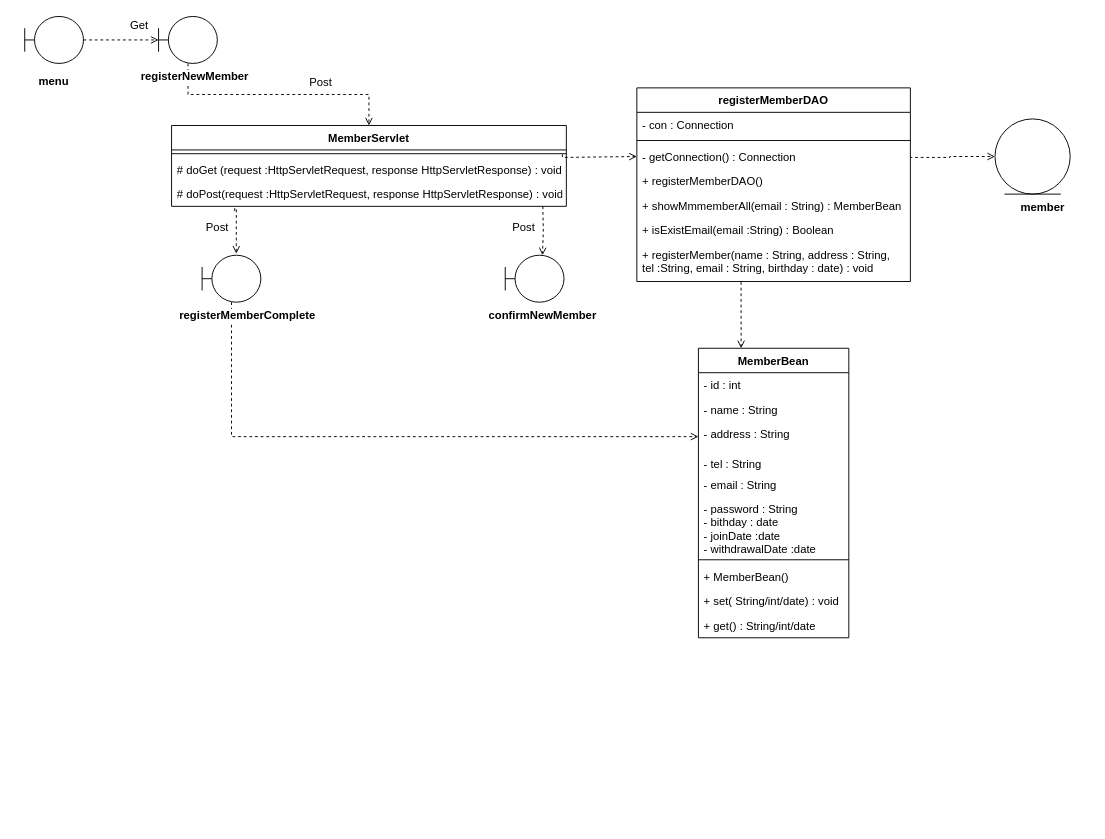
Earlier version of the draw.io diagram page "新規会員登録" (1 of 3) of 開発演習ドキュメント/図書管理システム/成果物テンプレート/30_内部設計/クラス図/会員管理.drawio (LovesPython/LibraryManagementSystem). Source tidied: cells renumbered, new cells numbered last; positions are measured from the earlier drawing's top-left corner, leaving out a move shared by most shapes. Both pictures are drawn from the tidied source at 94%, with x=0, y=0 at pixel (16, 16).
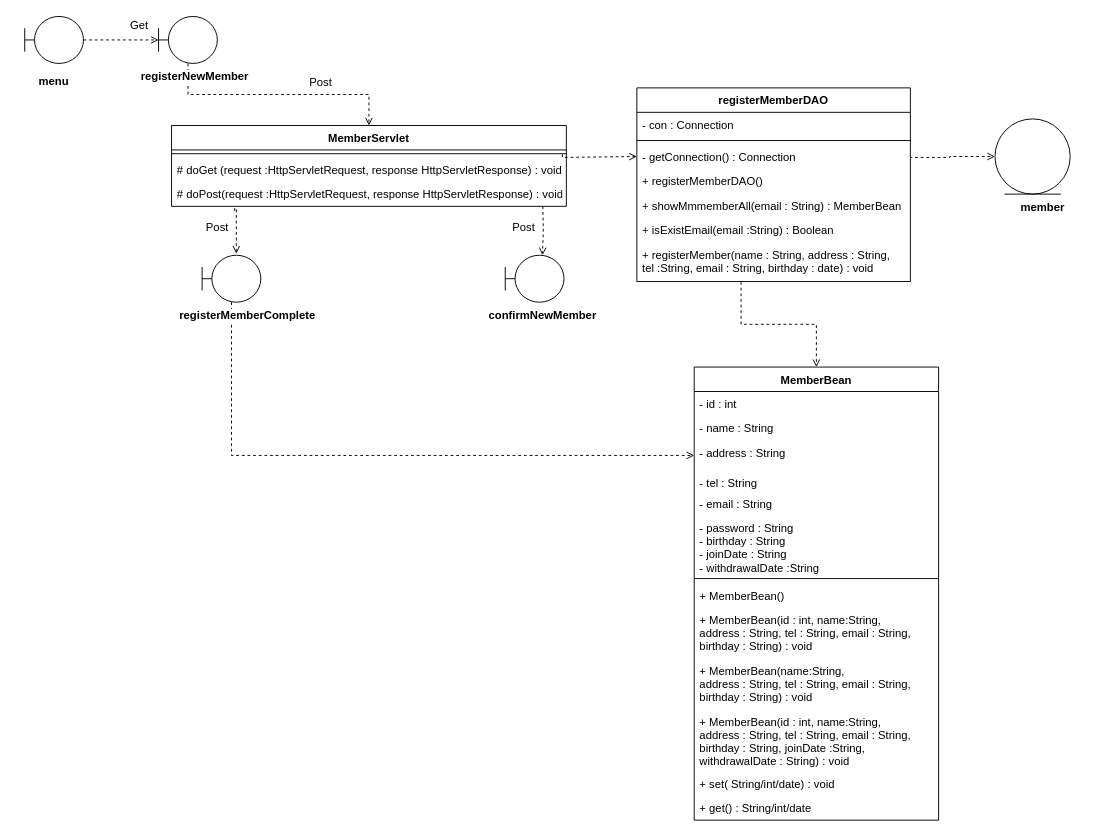
After the change.

The change refers to these unchanged cells:
```xml
<mxCell id="20" value="+ registerMember(name : String, address : String,&#10;tel :String, email : String, birthday : date) : void" style="text;strokeColor=none;fillColor=none;align=left;verticalAlign=top;spacingLeft=4;spacingRight=4;overflow=hidden;points=[[0,0.5],[1,0.5]];portConstraint=eastwest;" parent="13" vertex="1">
  <mxGeometry y="164" width="291" height="42" as="geometry" />
</mxCell>
```

Change to the diagram source:
```diff
@@
-    <mxCell id="2" style="edgeStyle=orthogonalEdgeStyle;rounded=0;jettySize=auto;html=1;dashed=1;endArrow=open;endFill=0;exitX=0.381;exitY=1.013;exitDx=0;exitDy=0;exitPerimeter=0;entryX=0.284;entryY=0;entryDx=0;entryDy=0;entryPerimeter=0;" parent="1" edge="1" source="20" target="32">
-      <mxGeometry relative="1" as="geometry">
-        <Array as="points">
-          <mxPoint x="771" y="313" />
-          <mxPoint x="771" y="313" />
-        </Array>
-      </mxGeometry>
+    <mxCell id="2" style="edgeStyle=orthogonalEdgeStyle;rounded=0;jettySize=auto;html=1;dashed=1;endArrow=open;endFill=0;exitX=0.381;exitY=1.013;exitDx=0;exitDy=0;exitPerimeter=0;" parent="1" edge="1" source="20" target="32">
+      <mxGeometry relative="1" as="geometry" />
     </mxCell>
@@
+    <mxCell id="43" value="Get" style="text;html=1;strokeColor=none;fillColor=none;align=center;verticalAlign=middle;whiteSpace=wrap;rounded=0;" parent="1" vertex="1">
+      <mxGeometry x="111.2" width="40" height="20" as="geometry" />
+    </mxCell>
+    <mxCell id="44" value="Post" style="text;html=1;strokeColor=none;fillColor=none;align=center;verticalAlign=middle;whiteSpace=wrap;rounded=0;" parent="1" vertex="1">
+      <mxGeometry x="303.8" y="61" width="40" height="20" as="geometry" />
+    </mxCell>
+    <mxCell id="45" value="Post" style="text;html=1;strokeColor=none;fillColor=none;align=center;verticalAlign=middle;whiteSpace=wrap;rounded=0;" parent="1" vertex="1">
+      <mxGeometry x="520" y="215" width="40" height="20" as="geometry" />
+    </mxCell>
+    <mxCell id="46" value="Post" style="text;html=1;strokeColor=none;fillColor=none;align=center;verticalAlign=middle;whiteSpace=wrap;rounded=0;" parent="1" vertex="1">
+      <mxGeometry x="194" y="215" width="40" height="20" as="geometry" />
+    </mxCell>
     <mxCell id="32" value="MemberBean" style="swimlane;fontStyle=1;align=center;verticalAlign=top;horizontal=1;startSize=26;labelBackgroundColor=#ffffff;" parent="1" vertex="1">
-      <mxGeometry x="725.5" y="353" width="160" height="308" as="geometry" />
+      <mxGeometry x="721" y="373" width="260" height="482" as="geometry" />
     </mxCell>
     <mxCell id="33" value="- id : int" style="text;strokeColor=none;fillColor=none;align=left;verticalAlign=top;spacingLeft=4;spacingRight=4;overflow=hidden;" parent="32" vertex="1">
-      <mxGeometry y="26" width="160" height="26" as="geometry" />
+      <mxGeometry y="26" width="260" height="26" as="geometry" />
     </mxCell>
     <mxCell id="34" value="- name : String" style="text;strokeColor=none;fillColor=none;align=left;verticalAlign=top;spacingLeft=4;spacingRight=4;overflow=hidden;" parent="32" vertex="1">
-      <mxGeometry y="52" width="160" height="26" as="geometry" />
+      <mxGeometry y="52" width="260" height="26" as="geometry" />
     </mxCell>
     <mxCell id="35" value="- address : String" style="text;strokeColor=none;fillColor=none;align=left;verticalAlign=top;spacingLeft=4;spacingRight=4;overflow=hidden;points=[[0,0.5],[1,0.5]];portConstraint=eastwest;" parent="32" vertex="1">
-      <mxGeometry y="78" width="160" height="32" as="geometry" />
+      <mxGeometry y="78" width="260" height="32" as="geometry" />
     </mxCell>
     <mxCell id="36" value="- tel : String" style="text;strokeColor=none;fillColor=none;align=left;verticalAlign=top;spacingLeft=4;spacingRight=4;overflow=hidden;" parent="32" vertex="1">
-      <mxGeometry y="110" width="160" height="22" as="geometry" />
+      <mxGeometry y="110" width="260" height="22" as="geometry" />
     </mxCell>
     <mxCell id="37" value="- email : String" style="text;strokeColor=none;fillColor=none;align=left;verticalAlign=top;spacingLeft=4;spacingRight=4;overflow=hidden;" parent="32" vertex="1">
-      <mxGeometry y="132" width="160" height="26" as="geometry" />
+      <mxGeometry y="132" width="260" height="26" as="geometry" />
     </mxCell>
-    <mxCell id="38" value="- password : String&#10;- bithday : date&#10;- joinDate :date&#10;- withdrawalDate :date" style="text;strokeColor=none;fillColor=none;align=left;verticalAlign=top;spacingLeft=4;spacingRight=4;overflow=hidden;" parent="32" vertex="1">
-      <mxGeometry y="158" width="160" height="62" as="geometry" />
-    </mxCell>
-    <mxCell id="39" style="line;strokeWidth=1;fillColor=none;align=left;verticalAlign=middle;spacingTop=-1;spacingLeft=3;spacingRight=3;labelPosition=right;" parent="32" vertex="1">
-      <mxGeometry y="220" width="160" height="10" as="geometry" />
-    </mxCell>
+    <mxCell id="47" value="- password : String&#10;- birthday : String&#10;- joinDate : String&#10;- withdrawalDate :String" style="text;strokeColor=none;fillColor=none;align=left;verticalAlign=top;spacingLeft=4;spacingRight=4;overflow=hidden;" parent="32" vertex="1">
+      <mxGeometry y="158" width="260" height="62" as="geometry" />
+    </mxCell>
+    <mxCell id="48" style="line;strokeWidth=1;fillColor=none;align=left;verticalAlign=middle;spacingTop=-1;spacingLeft=3;spacingRight=3;labelPosition=right;" parent="32" vertex="1">
+      <mxGeometry y="220" width="260" height="10" as="geometry" />
+    </mxCell>
     <mxCell id="40" value="+ MemberBean()" style="text;strokeColor=none;fillColor=none;align=left;verticalAlign=top;spacingLeft=4;spacingRight=4;overflow=hidden;" parent="32" vertex="1">
-      <mxGeometry y="230" width="160" height="26" as="geometry" />
+      <mxGeometry y="230" width="260" height="26" as="geometry" />
     </mxCell>
+    <mxCell id="49" value="+ MemberBean(id : int, name:String,&#10;address : String, tel : String, email : String, &#10;birthday : String) : void" style="text;strokeColor=none;fillColor=none;align=left;verticalAlign=top;spacingLeft=4;spacingRight=4;overflow=hidden;" parent="32" vertex="1">
+      <mxGeometry y="256" width="260" height="54" as="geometry" />
+    </mxCell>
+    <mxCell id="50" value="+ MemberBean(name:String,&#10;address : String, tel : String, email : String, &#10;birthday : String) : void" style="text;strokeColor=none;fillColor=none;align=left;verticalAlign=top;spacingLeft=4;spacingRight=4;overflow=hidden;" parent="32" vertex="1">
+      <mxGeometry y="310" width="260" height="54" as="geometry" />
+    </mxCell>
+    <mxCell id="51" value="+ MemberBean(id : int, name:String,&#10;address : String, tel : String, email : String, &#10;birthday : String, joinDate :String,&#10;withdrawalDate : String) : void" style="text;strokeColor=none;fillColor=none;align=left;verticalAlign=top;spacingLeft=4;spacingRight=4;overflow=hidden;" parent="32" vertex="1">
+      <mxGeometry y="364" width="260" height="66" as="geometry" />
+    </mxCell>
     <mxCell id="41" value="+ set( String/int/date) : void" style="text;strokeColor=none;fillColor=none;align=left;verticalAlign=top;spacingLeft=4;spacingRight=4;overflow=hidden;" parent="32" vertex="1">
-      <mxGeometry y="256" width="160" height="26" as="geometry" />
+      <mxGeometry y="430" width="260" height="26" as="geometry" />
     </mxCell>
     <mxCell id="42" value="+ get() : String/int/date" style="text;strokeColor=none;fillColor=none;align=left;verticalAlign=top;spacingLeft=4;spacingRight=4;overflow=hidden;" parent="32" vertex="1">
-      <mxGeometry y="282" width="160" height="26" as="geometry" />
+      <mxGeometry y="456" width="260" height="26" as="geometry" />
     </mxCell>
-    <mxCell id="43" value="Get" style="text;html=1;strokeColor=none;fillColor=none;align=center;verticalAlign=middle;whiteSpace=wrap;rounded=0;" parent="1" vertex="1">
-      <mxGeometry x="111.2" width="40" height="20" as="geometry" />
-    </mxCell>
-    <mxCell id="44" value="Post" style="text;html=1;strokeColor=none;fillColor=none;align=center;verticalAlign=middle;whiteSpace=wrap;rounded=0;" parent="1" vertex="1">
-      <mxGeometry x="303.8" y="61" width="40" height="20" as="geometry" />
-    </mxCell>
-    <mxCell id="45" value="Post" style="text;html=1;strokeColor=none;fillColor=none;align=center;verticalAlign=middle;whiteSpace=wrap;rounded=0;" parent="1" vertex="1">
-      <mxGeometry x="520" y="215" width="40" height="20" as="geometry" />
-    </mxCell>
-    <mxCell id="46" value="Post" style="text;html=1;strokeColor=none;fillColor=none;align=center;verticalAlign=middle;whiteSpace=wrap;rounded=0;" parent="1" vertex="1">
-      <mxGeometry x="194" y="215" width="40" height="20" as="geometry" />
-    </mxCell>
```
